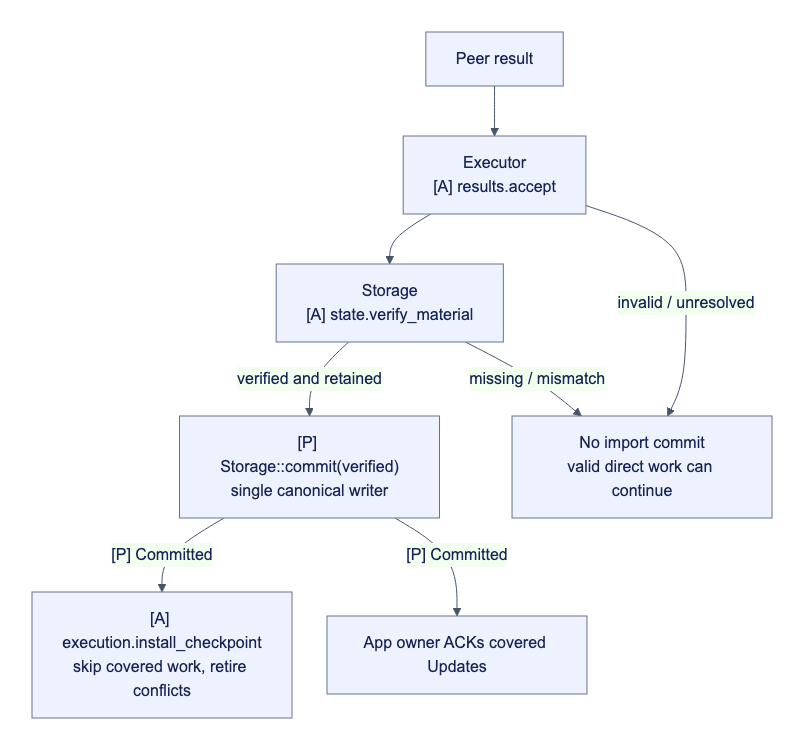
Above: docs/assets/diagrams/diagram-41.png in djm07073/baton (Mermaid), before the change. Its source is kept beside it as docs/assets/diagrams/diagram-41.mmd. Source of this version:
```mermaid
flowchart TB
    P["Peer result"] --> V["Executor<br/>[A] results.accept"]
    V --> M["Storage<br/>[A] state.verify_material"]
    M -->|"verified and retained"| C["[P] Storage::commit(verified)<br/>single canonical writer"]
    C -->|"[P] Committed"| I["[A] execution.install_checkpoint<br/>skip covered work, retire conflicts"]
    C -->|"[P] Committed"| A["App owner ACKs covered Updates"]
    V -->|"invalid / unresolved"| W["No import commit<br/>valid direct work can continue"]
    M -->|"missing / mismatch"| W
```
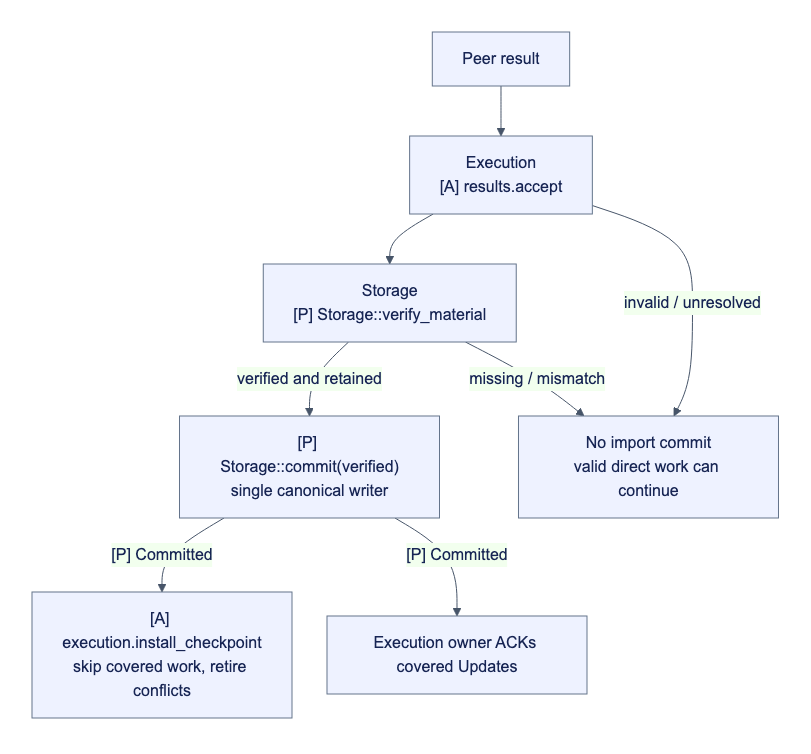
Later version of the same file.

The edit, as a diff of the source:
```diff
@@ -1,8 +1,8 @@
 flowchart TB
-    P["Peer result"] --> V["Executor<br/>[A] results.accept"]
-    V --> M["Storage<br/>[A] state.verify_material"]
+    P["Peer result"] --> V["Execution<br/>[A] results.accept"]
+    V --> M["Storage<br/>[P] Storage::verify_material"]
     M -->|"verified and retained"| C["[P] Storage::commit(verified)<br/>single canonical writer"]
     C -->|"[P] Committed"| I["[A] execution.install_checkpoint<br/>skip covered work, retire conflicts"]
-    C -->|"[P] Committed"| A["App owner ACKs covered Updates"]
+    C -->|"[P] Committed"| A["Execution owner ACKs covered Updates"]
     V -->|"invalid / unresolved"| W["No import commit<br/>valid direct work can continue"]
     M -->|"missing / mismatch"| W
```
